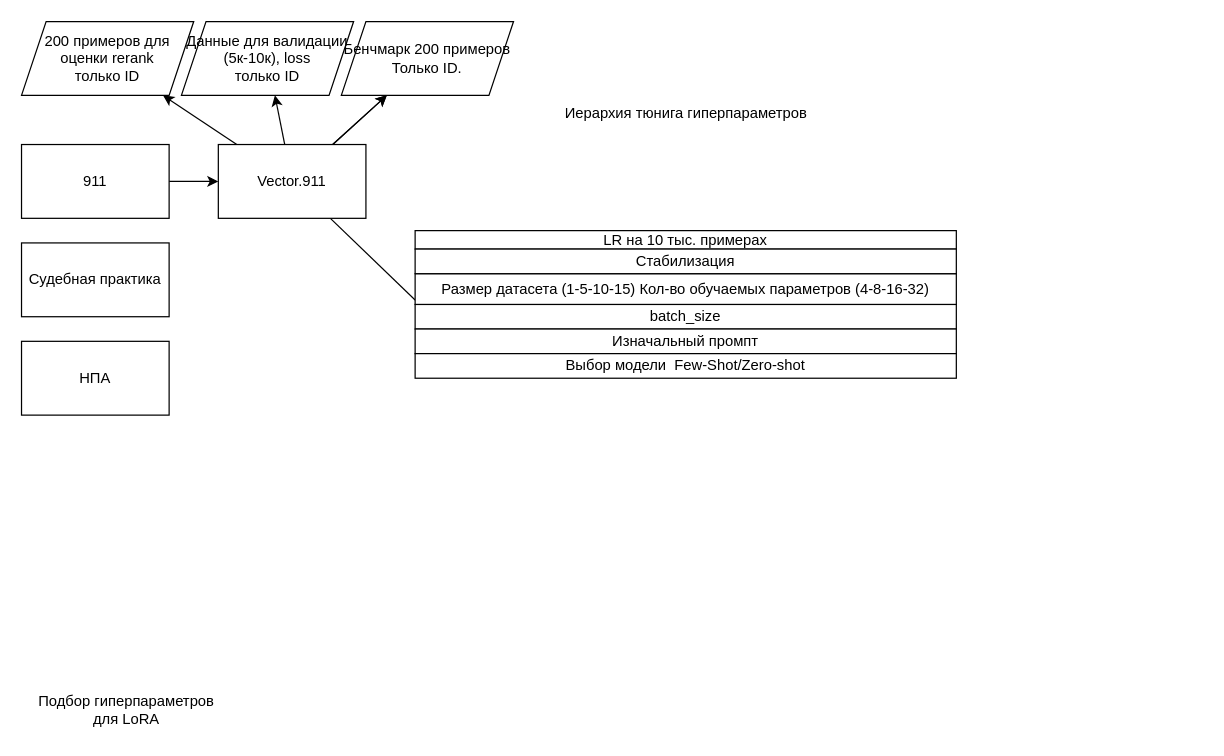
Earlier version of the draw.io diagram finel_scheme.drawio (Gleb01548/legal_ml). Source tidied: cells renumbered, new cells numbered last; positions are measured from the earlier drawing's top-left corner, leaving out a move shared by most shapes. Both pictures are drawn from the tidied source at 123%, with x=0, y=0 at pixel (21, 21).
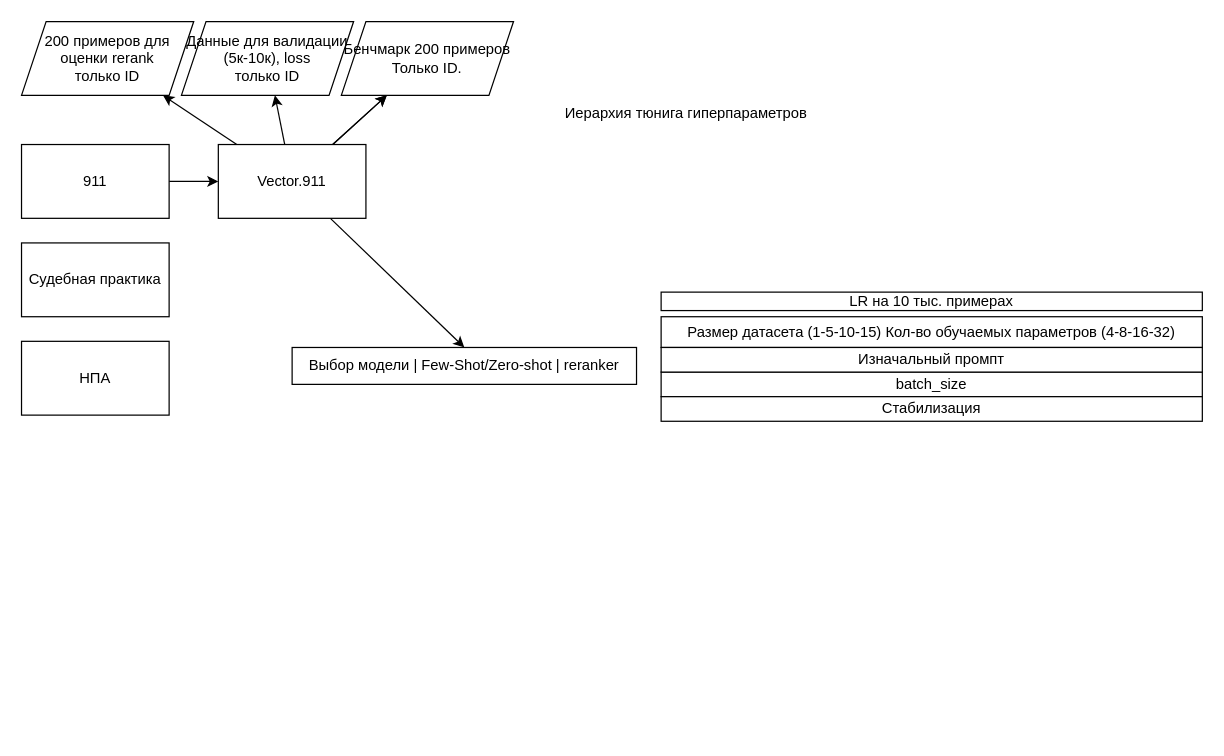
The same diagram, later.

Change to the diagram source:
```diff
@@
-    <mxCell id="16" value="&lt;span style=&quot;&quot;&gt;Подбор гиперпараметров &lt;br&gt;для LoRA&lt;/span&gt;" style="text;html=1;align=center;verticalAlign=middle;strokeColor=none;fillColor=none;" parent="1" vertex="1">
-      <mxGeometry y="540" width="170" height="40" as="geometry" />
-    </mxCell>
     <mxCell id="17" value="batch_size" style="whiteSpace=wrap;html=1;" parent="1" vertex="1">
-      <mxGeometry x="320" y="230" width="440" height="20" as="geometry" />
+      <mxGeometry x="520" y="285" width="440" height="20" as="geometry" />
     </mxCell>
     <mxCell id="18" value="Размер датасета (1-5-10-15) Кол-во обучаемых параметров (4-8-16-32)" style="whiteSpace=wrap;html=1;" parent="1" vertex="1">
-      <mxGeometry x="320" y="205" width="440" height="25" as="geometry" />
+      <mxGeometry x="520" y="240" width="440" height="25" as="geometry" />
     </mxCell>
     <mxCell id="19" value="LR на 10 тыс. примерах" style="whiteSpace=wrap;html=1;" parent="1" vertex="1">
-      <mxGeometry x="320" y="170" width="440" height="15" as="geometry" />
+      <mxGeometry x="520" y="220" width="440" height="15" as="geometry" />
     </mxCell>
     <mxCell id="20" value="Стабилизация" style="whiteSpace=wrap;html=1;" parent="1" vertex="1">
-      <mxGeometry x="320" y="185" width="440" height="20" as="geometry" />
+      <mxGeometry x="520" y="305" width="440" height="20" as="geometry" />
     </mxCell>
     <mxCell id="21" value="Изначальный промпт" style="whiteSpace=wrap;html=1;" parent="1" vertex="1">
-      <mxGeometry x="320" y="250" width="440" height="20" as="geometry" />
+      <mxGeometry x="520" y="265" width="440" height="20" as="geometry" />
     </mxCell>
-    <mxCell id="22" value="Выбор модели&amp;nbsp; Few-Shot/Zero-shot" style="whiteSpace=wrap;html=1;" parent="1" vertex="1">
-      <mxGeometry x="320" y="270" width="440" height="20" as="geometry" />
-    </mxCell>
+    <mxCell id="23" value="Выбор модели | Few-Shot/Zero-shot | reranker" style="whiteSpace=wrap;html=1;" parent="1" vertex="1">
+      <mxGeometry x="220" y="265" width="280" height="30" as="geometry" />
+    </mxCell>
```
